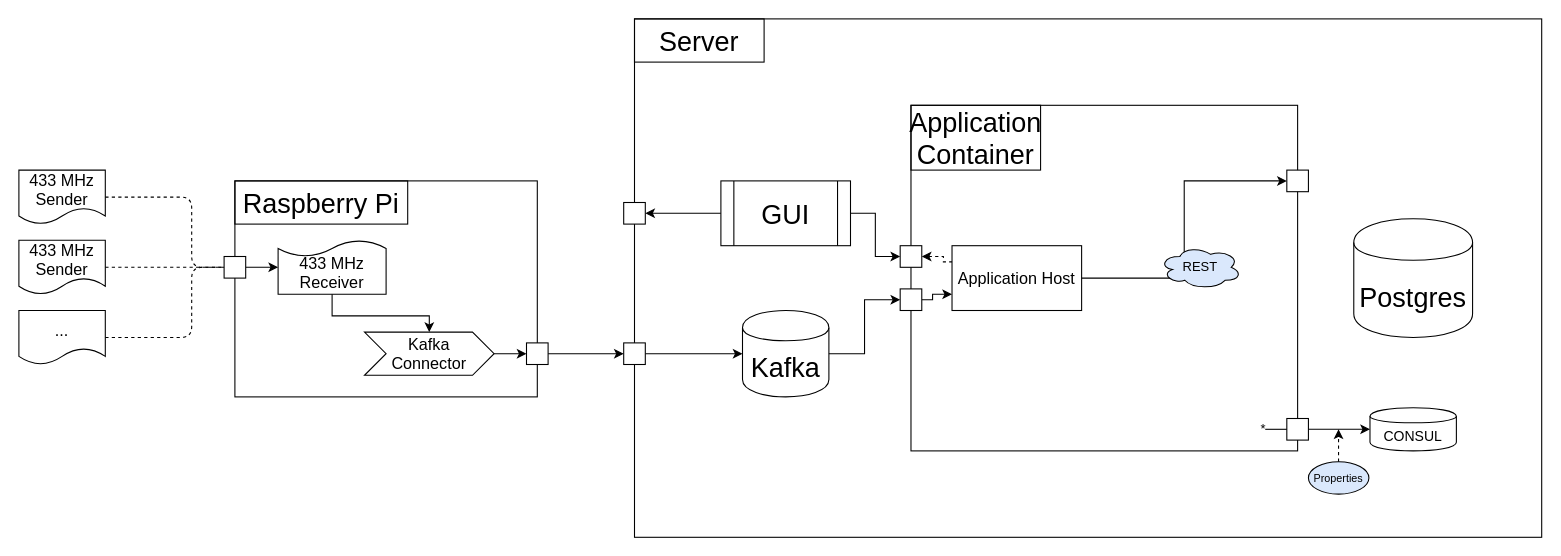
Before: page "Draft" (1 of 2) of Infrastruktur.drawio in Marvin1912/smart-home-infrastructure, a draw.io diagram. Source tidied: cells renumbered, new cells numbered last; positions are measured from the earlier drawing's top-left corner, leaving out a move shared by most shapes. Both pictures are drawn from the tidied source at 108%, with x=0, y=0 at pixel (18, 18).
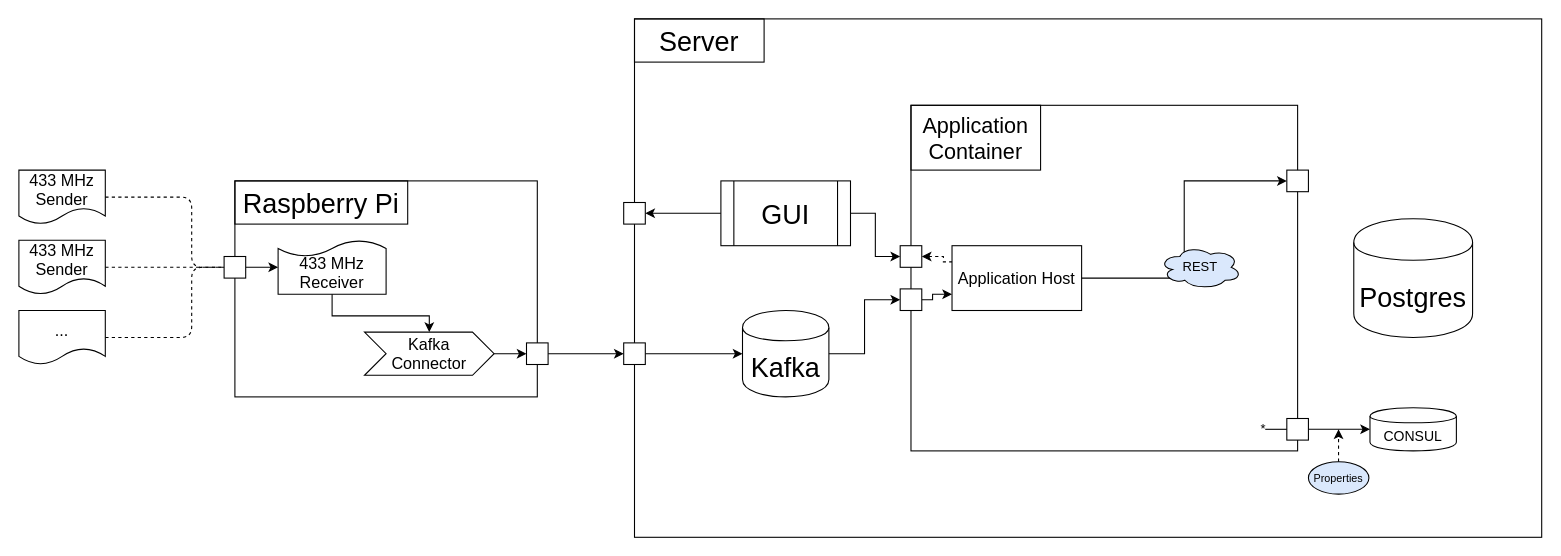
The same diagram, later.

Diff of the diagram source:
```diff
@@
-    <mxCell id="7" value="Application Container" style="rounded=0;whiteSpace=wrap;html=1;fillColor=none;fontSize=25;" parent="1" vertex="1">
+    <mxCell id="7" value="Application Container" style="rounded=0;whiteSpace=wrap;html=1;fillColor=none;fontSize=20;" parent="1" vertex="1">
       <mxGeometry x="826" y="80" width="120" height="60" as="geometry" />
     </mxCell>
```
